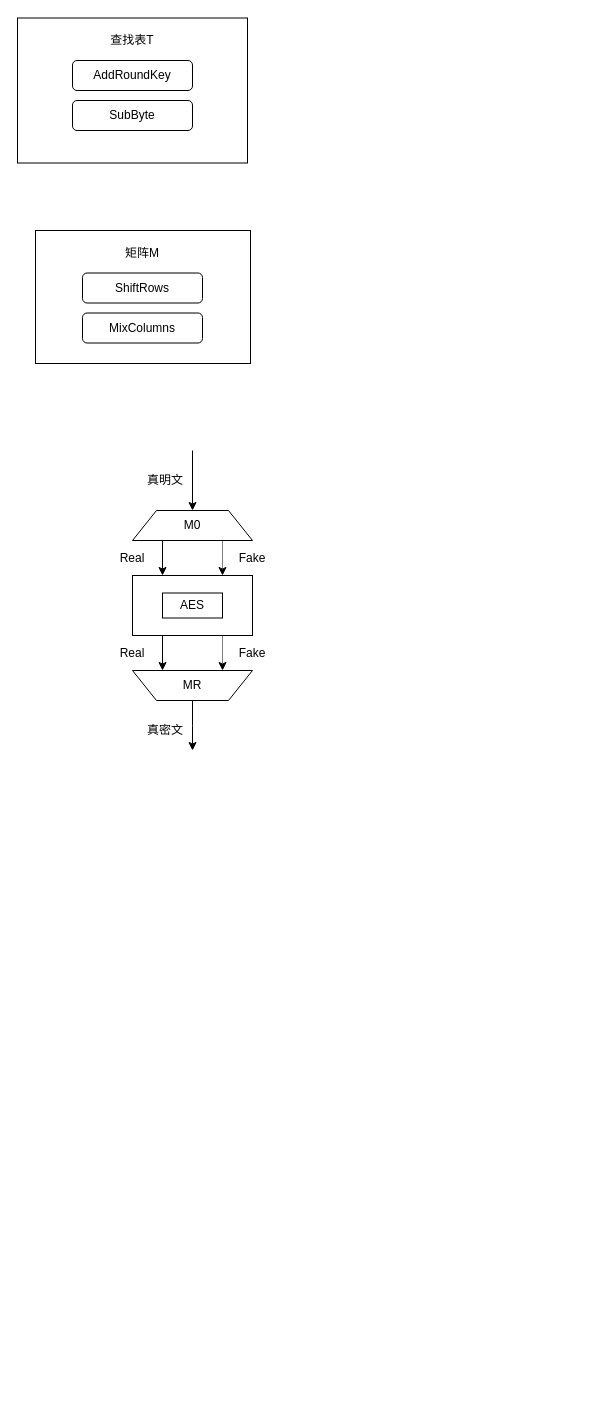
Before: ppt1.drawio in Sixaps/Hello-World, a draw.io diagram. Source tidied: cells renumbered, new cells numbered last; positions are measured from the earlier drawing's top-left corner, leaving out a move shared by most shapes. Both pictures are drawn from the tidied source at 100%, with x=0, y=0 at pixel (17, 18).
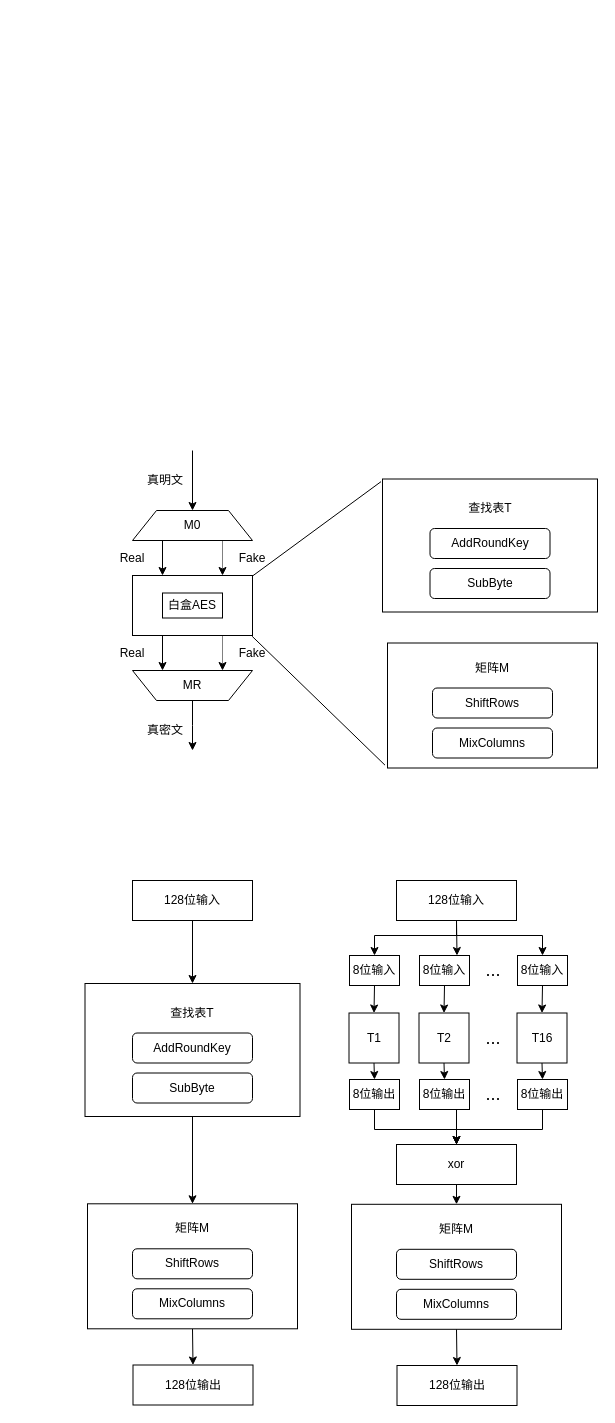
The same diagram, later.

The change refers to these unchanged cells:
```xml
<mxCell id="12" style="rounded=0;whiteSpace=wrap;html=1;" parent="1" vertex="1">
  <mxGeometry x="115" y="557" width="120" height="60" as="geometry" />
</mxCell>
```

Diff of the diagram source:
```diff
@@
+    <mxCell id="6" style="rounded=0;whiteSpace=wrap;html=1;" parent="1" vertex="1">
+      <mxGeometry x="365" y="460.5" width="215" height="133" as="geometry" />
+    </mxCell>
     <mxCell id="2" style="rounded=0;whiteSpace=wrap;html=1;" parent="1" vertex="1">
-      <mxGeometry y="-0.5" width="230" height="145" as="geometry" />
+      <mxGeometry x="370" y="624.5" width="210" height="125" as="geometry" />
     </mxCell>
     <mxCell id="3" value="AddRoundKey" style="rounded=1;whiteSpace=wrap;html=1;" parent="1" vertex="1">
-      <mxGeometry x="55" y="42" width="120" height="30" as="geometry" />
+      <mxGeometry x="412.5" y="510" width="120" height="30" as="geometry" />
     </mxCell>
     <mxCell id="4" value="SubByte" style="rounded=1;whiteSpace=wrap;html=1;" parent="1" vertex="1">
-      <mxGeometry x="55" y="82" width="120" height="30" as="geometry" />
+      <mxGeometry x="412.5" y="550" width="120" height="30" as="geometry" />
     </mxCell>
     <mxCell id="5" value="查找表T" style="text;html=1;strokeColor=none;fillColor=none;align=center;verticalAlign=middle;whiteSpace=wrap;rounded=0;" parent="1" vertex="1">
-      <mxGeometry x="85" y="12" width="60" height="20" as="geometry" />
+      <mxGeometry x="442.5" y="480" width="60" height="20" as="geometry" />
     </mxCell>
-    <mxCell id="6" style="rounded=0;whiteSpace=wrap;html=1;" parent="1" vertex="1">
-      <mxGeometry x="18" y="212" width="215" height="133" as="geometry" />
-    </mxCell>
     <mxCell id="7" value="ShiftRows" style="rounded=1;whiteSpace=wrap;html=1;" parent="1" vertex="1">
-      <mxGeometry x="65" y="254.5" width="120" height="30" as="geometry" />
+      <mxGeometry x="415" y="669.5" width="120" height="30" as="geometry" />
     </mxCell>
     <mxCell id="8" value="MixColumns" style="rounded=1;whiteSpace=wrap;html=1;" parent="1" vertex="1">
-      <mxGeometry x="65" y="294.5" width="120" height="30" as="geometry" />
+      <mxGeometry x="415" y="709.5" width="120" height="30" as="geometry" />
     </mxCell>
     <mxCell id="9" value="矩阵M" style="text;html=1;strokeColor=none;fillColor=none;align=center;verticalAlign=middle;whiteSpace=wrap;rounded=0;" parent="1" vertex="1">
-      <mxGeometry x="95" y="224.5" width="60" height="20" as="geometry" />
+      <mxGeometry x="445" y="639.5" width="60" height="20" as="geometry" />
     </mxCell>
@@
-    <mxCell id="23" value="AES" style="rounded=0;whiteSpace=wrap;html=1;" parent="1" vertex="1">
+    <mxCell id="23" value="白盒AES" style="rounded=0;whiteSpace=wrap;html=1;" parent="1" vertex="1">
       <mxGeometry x="145" y="574.5" width="60" height="25" as="geometry" />
     </mxCell>
@@
+    <mxCell id="27" style="endArrow=none;html=1;exitX=0.997;exitY=0.013;exitDx=0;exitDy=0;exitPerimeter=0;entryX=-0.007;entryY=0.02;entryDx=0;entryDy=0;entryPerimeter=0;" parent="1" edge="1" source="12" target="6">
+      <mxGeometry relative="1" as="geometry" />
+    </mxCell>
+    <mxCell id="28" style="endArrow=none;html=1;exitX=0.997;exitY=1.013;exitDx=0;exitDy=0;exitPerimeter=0;entryX=-0.012;entryY=0.977;entryDx=0;entryDy=0;entryPerimeter=0;" parent="1" edge="1" source="12" target="2">
+      <mxGeometry relative="1" as="geometry" />
+    </mxCell>
+    <mxCell id="29" style="edgeStyle=orthogonalEdgeStyle;rounded=0;jettySize=auto;html=1;exitX=0.5;exitY=1;exitDx=0;exitDy=0;entryX=0.5;entryY=0;entryDx=0;entryDy=0;" parent="1" edge="1" source="30" target="64">
+      <mxGeometry relative="1" as="geometry" />
+    </mxCell>
+    <mxCell id="30" style="rounded=0;whiteSpace=wrap;html=1;" parent="1" vertex="1">
+      <mxGeometry x="67.5" y="965" width="215" height="133" as="geometry" />
+    </mxCell>
+    <mxCell id="31" value="AddRoundKey" style="rounded=1;whiteSpace=wrap;html=1;" parent="1" vertex="1">
+      <mxGeometry x="115" y="1014.5" width="120" height="30" as="geometry" />
+    </mxCell>
+    <mxCell id="32" value="SubByte" style="rounded=1;whiteSpace=wrap;html=1;" parent="1" vertex="1">
+      <mxGeometry x="115" y="1054.5" width="120" height="30" as="geometry" />
+    </mxCell>
+    <mxCell id="33" value="查找表T" style="text;html=1;strokeColor=none;fillColor=none;align=center;verticalAlign=middle;whiteSpace=wrap;rounded=0;" parent="1" vertex="1">
+      <mxGeometry x="145" y="984.5" width="60" height="20" as="geometry" />
+    </mxCell>
+    <mxCell id="34" style="edgeStyle=orthogonalEdgeStyle;rounded=0;jettySize=auto;html=1;exitX=0.5;exitY=1;exitDx=0;exitDy=0;entryX=0.5;entryY=0;entryDx=0;entryDy=0;" parent="1" edge="1" source="35" target="55">
+      <mxGeometry relative="1" as="geometry" />
+    </mxCell>
+    <mxCell id="35" value="T1" style="rounded=0;whiteSpace=wrap;html=1;" parent="1" vertex="1">
+      <mxGeometry x="331.5" y="994.5" width="50" height="50" as="geometry" />
+    </mxCell>
+    <mxCell id="36" style="edgeStyle=orthogonalEdgeStyle;rounded=0;jettySize=auto;html=1;exitX=0.5;exitY=1;exitDx=0;exitDy=0;entryX=0.5;entryY=0;entryDx=0;entryDy=0;" parent="1" edge="1" source="37" target="57">
+      <mxGeometry relative="1" as="geometry" />
+    </mxCell>
+    <mxCell id="37" value="T2" style="rounded=0;whiteSpace=wrap;html=1;" parent="1" vertex="1">
+      <mxGeometry x="401.5" y="994.5" width="50" height="50" as="geometry" />
+    </mxCell>
+    <mxCell id="38" style="edgeStyle=orthogonalEdgeStyle;rounded=0;jettySize=auto;html=1;exitX=0.5;exitY=1;exitDx=0;exitDy=0;entryX=0.5;entryY=0;entryDx=0;entryDy=0;" parent="1" edge="1" source="39" target="59">
+      <mxGeometry relative="1" as="geometry" />
+    </mxCell>
+    <mxCell id="39" value="T16" style="rounded=0;whiteSpace=wrap;html=1;" parent="1" vertex="1">
+      <mxGeometry x="499.5" y="994.5" width="50" height="50" as="geometry" />
+    </mxCell>
+    <mxCell id="40" value="&lt;font style=&quot;font-size: 18px&quot;&gt;...&lt;/font&gt;" style="text;html=1;strokeColor=none;fillColor=none;align=center;verticalAlign=middle;whiteSpace=wrap;rounded=0;" parent="1" vertex="1">
+      <mxGeometry x="459.5" y="1009.5" width="32" height="20" as="geometry" />
+    </mxCell>
+    <mxCell id="41" style="edgeStyle=orthogonalEdgeStyle;rounded=0;jettySize=auto;html=1;exitX=0.5;exitY=1;exitDx=0;exitDy=0;entryX=0.5;entryY=0;entryDx=0;entryDy=0;" parent="1" edge="1" source="42" target="30">
+      <mxGeometry relative="1" as="geometry" />
+    </mxCell>
+    <mxCell id="42" value="128位输入" style="rounded=0;whiteSpace=wrap;html=1;" parent="1" vertex="1">
+      <mxGeometry x="115" y="862" width="120" height="40" as="geometry" />
+    </mxCell>
+    <mxCell id="43" style="edgeStyle=orthogonalEdgeStyle;rounded=0;jettySize=auto;html=1;exitX=0.5;exitY=1;exitDx=0;exitDy=0;entryX=0.5;entryY=0;entryDx=0;entryDy=0;" parent="1" edge="1" source="46" target="48">
+      <mxGeometry relative="1" as="geometry">
+        <Array as="points">
+          <mxPoint x="439" y="917" />
+          <mxPoint x="357" y="917" />
+        </Array>
+      </mxGeometry>
+    </mxCell>
+    <mxCell id="44" style="edgeStyle=orthogonalEdgeStyle;rounded=0;jettySize=auto;html=1;exitX=0.5;exitY=1;exitDx=0;exitDy=0;entryX=0.5;entryY=0;entryDx=0;entryDy=0;" parent="1" edge="1" source="46" target="52">
+      <mxGeometry relative="1" as="geometry">
+        <Array as="points">
+          <mxPoint x="439" y="917" />
+          <mxPoint x="525" y="917" />
+        </Array>
+      </mxGeometry>
+    </mxCell>
+    <mxCell id="45" style="edgeStyle=orthogonalEdgeStyle;rounded=0;jettySize=auto;html=1;exitX=0.5;exitY=1;exitDx=0;exitDy=0;entryX=0.75;entryY=0;entryDx=0;entryDy=0;" parent="1" edge="1" source="46" target="50">
+      <mxGeometry relative="1" as="geometry" />
+    </mxCell>
+    <mxCell id="46" value="128位输入" style="rounded=0;whiteSpace=wrap;html=1;" parent="1" vertex="1">
+      <mxGeometry x="379" y="862" width="120" height="40" as="geometry" />
+    </mxCell>
+    <mxCell id="47" style="edgeStyle=orthogonalEdgeStyle;rounded=0;jettySize=auto;html=1;exitX=0.5;exitY=1;exitDx=0;exitDy=0;entryX=0.5;entryY=0;entryDx=0;entryDy=0;" parent="1" edge="1" source="48" target="35">
+      <mxGeometry relative="1" as="geometry" />
+    </mxCell>
+    <mxCell id="48" value="8位输入" style="rounded=0;whiteSpace=wrap;html=1;" parent="1" vertex="1">
+      <mxGeometry x="332" y="937" width="50" height="30" as="geometry" />
+    </mxCell>
+    <mxCell id="49" style="edgeStyle=orthogonalEdgeStyle;rounded=0;jettySize=auto;html=1;exitX=0.5;exitY=1;exitDx=0;exitDy=0;entryX=0.5;entryY=0;entryDx=0;entryDy=0;" parent="1" edge="1" source="50" target="37">
+      <mxGeometry relative="1" as="geometry" />
+    </mxCell>
+    <mxCell id="50" value="8位输入" style="rounded=0;whiteSpace=wrap;html=1;" parent="1" vertex="1">
+      <mxGeometry x="402" y="937" width="50" height="30" as="geometry" />
+    </mxCell>
+    <mxCell id="51" style="edgeStyle=orthogonalEdgeStyle;rounded=0;jettySize=auto;html=1;exitX=0.5;exitY=1;exitDx=0;exitDy=0;entryX=0.5;entryY=0;entryDx=0;entryDy=0;" parent="1" edge="1" source="52" target="39">
+      <mxGeometry relative="1" as="geometry" />
+    </mxCell>
+    <mxCell id="52" value="8位输入" style="rounded=0;whiteSpace=wrap;html=1;" parent="1" vertex="1">
+      <mxGeometry x="500" y="937" width="50" height="30" as="geometry" />
+    </mxCell>
+    <mxCell id="53" value="&lt;font style=&quot;font-size: 18px&quot;&gt;...&lt;/font&gt;" style="text;html=1;strokeColor=none;fillColor=none;align=center;verticalAlign=middle;whiteSpace=wrap;rounded=0;" parent="1" vertex="1">
+      <mxGeometry x="460" y="942" width="32" height="20" as="geometry" />
+    </mxCell>
+    <mxCell id="54" style="edgeStyle=orthogonalEdgeStyle;rounded=0;jettySize=auto;html=1;exitX=0.5;exitY=1;exitDx=0;exitDy=0;entryX=0.5;entryY=0;entryDx=0;entryDy=0;" parent="1" edge="1" source="55" target="62">
+      <mxGeometry relative="1" as="geometry">
+        <Array as="points">
+          <mxPoint x="357" y="1111" />
+          <mxPoint x="439" y="1111" />
+        </Array>
+      </mxGeometry>
+    </mxCell>
+    <mxCell id="55" value="8位输出" style="rounded=0;whiteSpace=wrap;html=1;" parent="1" vertex="1">
+      <mxGeometry x="332" y="1061" width="50" height="30" as="geometry" />
+    </mxCell>
+    <mxCell id="56" style="edgeStyle=orthogonalEdgeStyle;rounded=0;jettySize=auto;html=1;exitX=0.5;exitY=1;exitDx=0;exitDy=0;entryX=0.5;entryY=0;entryDx=0;entryDy=0;" parent="1" edge="1" source="57" target="62">
+      <mxGeometry relative="1" as="geometry" />
+    </mxCell>
+    <mxCell id="57" value="8位输出" style="rounded=0;whiteSpace=wrap;html=1;" parent="1" vertex="1">
+      <mxGeometry x="402" y="1061" width="50" height="30" as="geometry" />
+    </mxCell>
+    <mxCell id="58" style="edgeStyle=orthogonalEdgeStyle;rounded=0;jettySize=auto;html=1;exitX=0.5;exitY=1;exitDx=0;exitDy=0;entryX=0.5;entryY=0;entryDx=0;entryDy=0;" parent="1" edge="1" source="59" target="62">
+      <mxGeometry relative="1" as="geometry">
+        <Array as="points">
+          <mxPoint x="525" y="1111" />
+          <mxPoint x="439" y="1111" />
+        </Array>
+      </mxGeometry>
+    </mxCell>
+    <mxCell id="59" value="8位输出" style="rounded=0;whiteSpace=wrap;html=1;" parent="1" vertex="1">
+      <mxGeometry x="500" y="1061" width="50" height="30" as="geometry" />
+    </mxCell>
+    <mxCell id="60" value="&lt;font style=&quot;font-size: 18px&quot;&gt;...&lt;/font&gt;" style="text;html=1;strokeColor=none;fillColor=none;align=center;verticalAlign=middle;whiteSpace=wrap;rounded=0;" parent="1" vertex="1">
+      <mxGeometry x="460" y="1066" width="32" height="20" as="geometry" />
+    </mxCell>
+    <mxCell id="61" style="edgeStyle=orthogonalEdgeStyle;rounded=0;jettySize=auto;html=1;exitX=0.5;exitY=1;exitDx=0;exitDy=0;entryX=0.5;entryY=0;entryDx=0;entryDy=0;" parent="1" edge="1" source="62" target="70">
+      <mxGeometry relative="1" as="geometry" />
+    </mxCell>
+    <mxCell id="62" value="xor" style="rounded=0;whiteSpace=wrap;html=1;" parent="1" vertex="1">
+      <mxGeometry x="379" y="1126" width="120" height="40" as="geometry" />
+    </mxCell>
+    <mxCell id="63" style="edgeStyle=orthogonalEdgeStyle;rounded=0;jettySize=auto;html=1;exitX=0.5;exitY=1;exitDx=0;exitDy=0;entryX=0.5;entryY=0;entryDx=0;entryDy=0;" parent="1" edge="1" source="64" target="68">
+      <mxGeometry relative="1" as="geometry" />
+    </mxCell>
+    <mxCell id="64" style="rounded=0;whiteSpace=wrap;html=1;" parent="1" vertex="1">
+      <mxGeometry x="70" y="1185.3" width="210" height="125" as="geometry" />
+    </mxCell>
+    <mxCell id="65" value="ShiftRows" style="rounded=1;whiteSpace=wrap;html=1;" parent="1" vertex="1">
+      <mxGeometry x="115" y="1230.3" width="120" height="30" as="geometry" />
+    </mxCell>
+    <mxCell id="66" value="MixColumns" style="rounded=1;whiteSpace=wrap;html=1;" parent="1" vertex="1">
+      <mxGeometry x="115" y="1270.3" width="120" height="30" as="geometry" />
+    </mxCell>
+    <mxCell id="67" value="矩阵M" style="text;html=1;strokeColor=none;fillColor=none;align=center;verticalAlign=middle;whiteSpace=wrap;rounded=0;" parent="1" vertex="1">
+      <mxGeometry x="145" y="1200.3" width="60" height="20" as="geometry" />
+    </mxCell>
+    <mxCell id="68" value="128位输出" style="rounded=0;whiteSpace=wrap;html=1;" parent="1" vertex="1">
+      <mxGeometry x="115.5" y="1346.5" width="120" height="40" as="geometry" />
+    </mxCell>
+    <mxCell id="69" style="edgeStyle=orthogonalEdgeStyle;rounded=0;jettySize=auto;html=1;exitX=0.5;exitY=1;exitDx=0;exitDy=0;entryX=0.5;entryY=0;entryDx=0;entryDy=0;" parent="1" edge="1" source="70" target="74">
+      <mxGeometry relative="1" as="geometry" />
+    </mxCell>
+    <mxCell id="70" style="rounded=0;whiteSpace=wrap;html=1;" parent="1" vertex="1">
+      <mxGeometry x="334" y="1185.8" width="210" height="125" as="geometry" />
+    </mxCell>
+    <mxCell id="71" value="ShiftRows" style="rounded=1;whiteSpace=wrap;html=1;" parent="1" vertex="1">
+      <mxGeometry x="379" y="1230.8" width="120" height="30" as="geometry" />
+    </mxCell>
+    <mxCell id="72" value="MixColumns" style="rounded=1;whiteSpace=wrap;html=1;" parent="1" vertex="1">
+      <mxGeometry x="379" y="1270.8" width="120" height="30" as="geometry" />
+    </mxCell>
+    <mxCell id="73" value="矩阵M" style="text;html=1;strokeColor=none;fillColor=none;align=center;verticalAlign=middle;whiteSpace=wrap;rounded=0;" parent="1" vertex="1">
+      <mxGeometry x="409" y="1200.8" width="60" height="20" as="geometry" />
+    </mxCell>
+    <mxCell id="74" value="128位输出" style="rounded=0;whiteSpace=wrap;html=1;" parent="1" vertex="1">
+      <mxGeometry x="379.5" y="1347" width="120" height="40" as="geometry" />
+    </mxCell>
```
